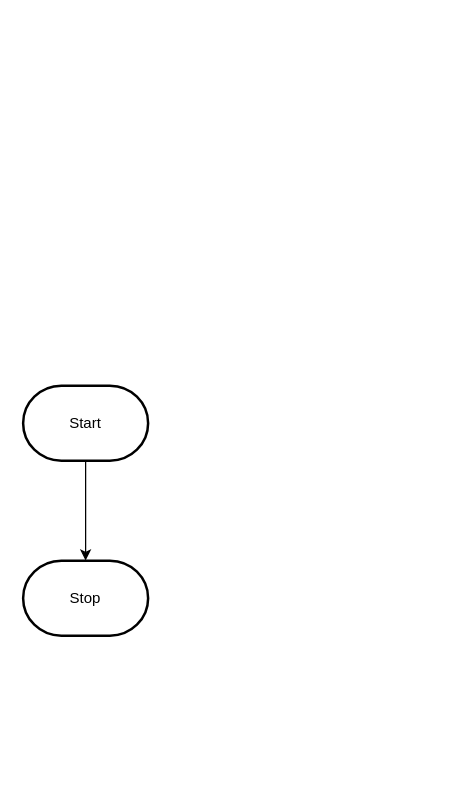
Above: design/flowchart.drawio in MTHS-ICD2O-1-2024/ICD2O-Unit-5-06-peter-zerbinos (draw.io), before the change. Source tidied: cells renumbered, new cells numbered last; positions are measured from the earlier drawing's top-left corner, leaving out a move shared by most shapes. Both pictures are drawn from the tidied source at 125%, with x=0, y=0 at pixel (22, 385).
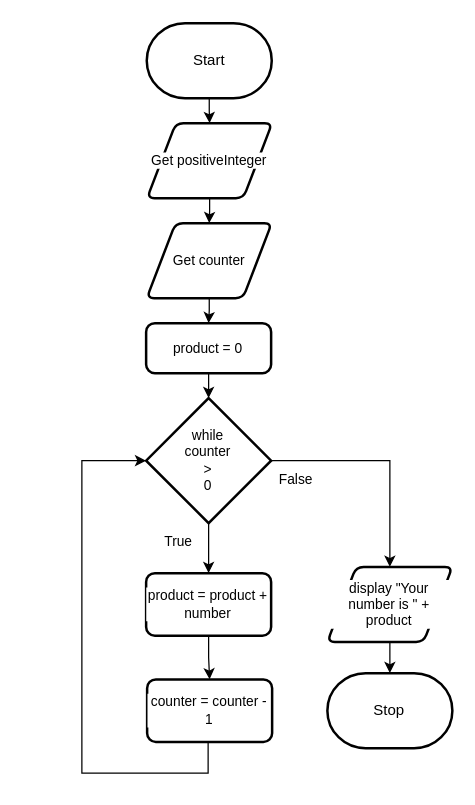
The same page after the edit.

Commit message (it also covers changes not shown here):
flowchart and storyboard done

Diff of the diagram source:
```diff
@@
-    <mxCell id="2" style="edgeStyle=orthogonalEdgeStyle;html=1;rounded=0;" parent="1" edge="1" source="3" target="4">
+    <mxCell id="2" style="edgeStyle=orthogonalEdgeStyle;shape=connector;rounded=0;html=1;exitX=0.5;exitY=1;exitDx=0;exitDy=0;exitPerimeter=0;entryX=0.5;entryY=0;entryDx=0;entryDy=0;strokeColor=default;align=center;verticalAlign=middle;fontFamily=Helvetica;fontSize=11;fontColor=default;labelBackgroundColor=default;endArrow=classic;" parent="1" edge="1" source="3" target="11">
       <mxGeometry relative="1" as="geometry" />
     </mxCell>
     <mxCell id="3" value="Start" style="strokeWidth=2;html=1;shape=mxgraph.flowchart.terminator;whiteSpace=wrap;" parent="1" vertex="1">
-      <mxGeometry width="100" height="60" as="geometry" />
+      <mxGeometry x="98.9" y="-290" width="100" height="60" as="geometry" />
     </mxCell>
+    <mxCell id="5" style="edgeStyle=orthogonalEdgeStyle;shape=connector;rounded=0;html=1;exitX=0.5;exitY=1;exitDx=0;exitDy=0;exitPerimeter=0;strokeColor=default;align=center;verticalAlign=middle;fontFamily=Helvetica;fontSize=11;fontColor=default;labelBackgroundColor=default;endArrow=classic;entryX=0.5;entryY=0;entryDx=0;entryDy=0;" parent="1" edge="1" source="7" target="15">
+      <mxGeometry relative="1" as="geometry" />
+    </mxCell>
+    <mxCell id="6" style="edgeStyle=orthogonalEdgeStyle;shape=connector;rounded=0;html=1;exitX=1;exitY=0.5;exitDx=0;exitDy=0;exitPerimeter=0;entryX=0.5;entryY=0;entryDx=0;entryDy=0;strokeColor=default;align=center;verticalAlign=middle;fontFamily=Helvetica;fontSize=11;fontColor=default;labelBackgroundColor=default;endArrow=classic;" parent="1" edge="1" source="7" target="18">
+      <mxGeometry relative="1" as="geometry" />
+    </mxCell>
+    <mxCell id="7" value="while&lt;div&gt;counter&lt;/div&gt;&lt;div&gt;&amp;gt;&lt;/div&gt;&lt;div&gt;0&lt;/div&gt;" style="strokeWidth=2;html=1;shape=mxgraph.flowchart.decision;whiteSpace=wrap;fontFamily=Helvetica;fontSize=11;fontColor=default;labelBackgroundColor=default;" parent="1" vertex="1">
+      <mxGeometry x="98.4" y="10" width="100" height="100" as="geometry" />
+    </mxCell>
+    <mxCell id="8" value="False" style="text;html=1;align=center;verticalAlign=middle;strokeColor=none;fillColor=none;fontFamily=Helvetica;fontSize=11;fontColor=default;labelBackgroundColor=default;" parent="1" vertex="1">
+      <mxGeometry x="193.4" y="60" width="50" height="30" as="geometry" />
+    </mxCell>
+    <mxCell id="9" value="True" style="text;html=1;align=center;verticalAlign=middle;strokeColor=none;fillColor=none;fontFamily=Helvetica;fontSize=11;fontColor=default;labelBackgroundColor=default;" parent="1" vertex="1">
+      <mxGeometry x="99.2" y="110" width="50" height="30" as="geometry" />
+    </mxCell>
+    <mxCell id="10" style="edgeStyle=orthogonalEdgeStyle;shape=connector;rounded=0;html=1;exitX=0.5;exitY=1;exitDx=0;exitDy=0;entryX=0.5;entryY=0;entryDx=0;entryDy=0;strokeColor=default;align=center;verticalAlign=middle;fontFamily=Helvetica;fontSize=11;fontColor=default;labelBackgroundColor=default;endArrow=classic;" parent="1" edge="1" source="11" target="13">
+      <mxGeometry relative="1" as="geometry" />
+    </mxCell>
+    <mxCell id="11" value="Get positiveInteger" style="shape=parallelogram;html=1;strokeWidth=2;perimeter=parallelogramPerimeter;whiteSpace=wrap;rounded=1;arcSize=12;size=0.23;fontFamily=Helvetica;fontSize=11;fontColor=default;labelBackgroundColor=default;" parent="1" vertex="1">
+      <mxGeometry x="99.2" y="-210" width="100" height="60" as="geometry" />
+    </mxCell>
     <mxCell id="4" value="Stop" style="strokeWidth=2;html=1;shape=mxgraph.flowchart.terminator;whiteSpace=wrap;" parent="1" vertex="1">
-      <mxGeometry y="140" width="100" height="60" as="geometry" />
+      <mxGeometry x="243.4" y="230" width="100" height="60" as="geometry" />
     </mxCell>
+    <mxCell id="12" style="edgeStyle=orthogonalEdgeStyle;shape=connector;rounded=0;html=1;exitX=0.5;exitY=1;exitDx=0;exitDy=0;entryX=0.5;entryY=0;entryDx=0;entryDy=0;strokeColor=default;align=center;verticalAlign=middle;fontFamily=Helvetica;fontSize=11;fontColor=default;labelBackgroundColor=default;endArrow=classic;" parent="1" edge="1" source="13" target="20">
+      <mxGeometry relative="1" as="geometry" />
+    </mxCell>
+    <mxCell id="13" value="Get counter" style="shape=parallelogram;html=1;strokeWidth=2;perimeter=parallelogramPerimeter;whiteSpace=wrap;rounded=1;arcSize=12;size=0.23;fontFamily=Helvetica;fontSize=11;fontColor=default;labelBackgroundColor=default;" parent="1" vertex="1">
+      <mxGeometry x="98.9" y="-130" width="100" height="60" as="geometry" />
+    </mxCell>
+    <mxCell id="14" style="edgeStyle=orthogonalEdgeStyle;shape=connector;rounded=0;html=1;exitX=0.5;exitY=1;exitDx=0;exitDy=0;entryX=0.5;entryY=0;entryDx=0;entryDy=0;strokeColor=default;align=center;verticalAlign=middle;fontFamily=Helvetica;fontSize=11;fontColor=default;labelBackgroundColor=default;endArrow=classic;" parent="1" edge="1" source="15" target="16">
+      <mxGeometry relative="1" as="geometry" />
+    </mxCell>
+    <mxCell id="15" value="product = product + number" style="rounded=1;whiteSpace=wrap;html=1;absoluteArcSize=1;arcSize=14;strokeWidth=2;fontFamily=Helvetica;fontSize=11;fontColor=default;labelBackgroundColor=default;" parent="1" vertex="1">
+      <mxGeometry x="98.4" y="150" width="100" height="50" as="geometry" />
+    </mxCell>
+    <mxCell id="16" value="counter = counter - 1" style="rounded=1;whiteSpace=wrap;html=1;absoluteArcSize=1;arcSize=14;strokeWidth=2;fontFamily=Helvetica;fontSize=11;fontColor=default;labelBackgroundColor=default;" parent="1" vertex="1">
+      <mxGeometry x="99.2" y="235" width="100" height="50" as="geometry" />
+    </mxCell>
+    <mxCell id="17" style="edgeStyle=orthogonalEdgeStyle;shape=connector;rounded=0;html=1;exitX=0.5;exitY=1;exitDx=0;exitDy=0;entryX=0;entryY=0.5;entryDx=0;entryDy=0;entryPerimeter=0;strokeColor=default;align=center;verticalAlign=middle;fontFamily=Helvetica;fontSize=11;fontColor=default;labelBackgroundColor=default;endArrow=classic;" parent="1" edge="1" source="16" target="7">
+      <mxGeometry relative="1" as="geometry">
+        <Array as="points">
+          <mxPoint x="148" y="285" />
+          <mxPoint x="148" y="310" />
+          <mxPoint x="47" y="310" />
+          <mxPoint x="47" y="60" />
+        </Array>
+      </mxGeometry>
+    </mxCell>
+    <mxCell id="18" value="display &quot;Your number is &quot; + product" style="shape=parallelogram;html=1;strokeWidth=2;perimeter=parallelogramPerimeter;whiteSpace=wrap;rounded=1;arcSize=12;size=0.23;fontFamily=Helvetica;fontSize=11;fontColor=default;labelBackgroundColor=default;" parent="1" vertex="1">
+      <mxGeometry x="243.4" y="145" width="100" height="60" as="geometry" />
+    </mxCell>
+    <mxCell id="19" style="edgeStyle=orthogonalEdgeStyle;shape=connector;rounded=0;html=1;exitX=0.5;exitY=1;exitDx=0;exitDy=0;entryX=0.5;entryY=0;entryDx=0;entryDy=0;entryPerimeter=0;strokeColor=default;align=center;verticalAlign=middle;fontFamily=Helvetica;fontSize=11;fontColor=default;labelBackgroundColor=default;endArrow=classic;" parent="1" edge="1" source="18" target="4">
+      <mxGeometry relative="1" as="geometry" />
+    </mxCell>
+    <mxCell id="20" value="product = 0" style="rounded=1;whiteSpace=wrap;html=1;absoluteArcSize=1;arcSize=14;strokeWidth=2;fontFamily=Helvetica;fontSize=11;fontColor=default;labelBackgroundColor=default;" parent="1" vertex="1">
+      <mxGeometry x="98.4" y="-50" width="100" height="40" as="geometry" />
+    </mxCell>
+    <mxCell id="21" style="edgeStyle=orthogonalEdgeStyle;shape=connector;rounded=0;html=1;exitX=0.5;exitY=1;exitDx=0;exitDy=0;entryX=0.5;entryY=0;entryDx=0;entryDy=0;entryPerimeter=0;strokeColor=default;align=center;verticalAlign=middle;fontFamily=Helvetica;fontSize=11;fontColor=default;labelBackgroundColor=default;endArrow=classic;" parent="1" edge="1" source="20" target="7">
+      <mxGeometry relative="1" as="geometry" />
+    </mxCell>
```
